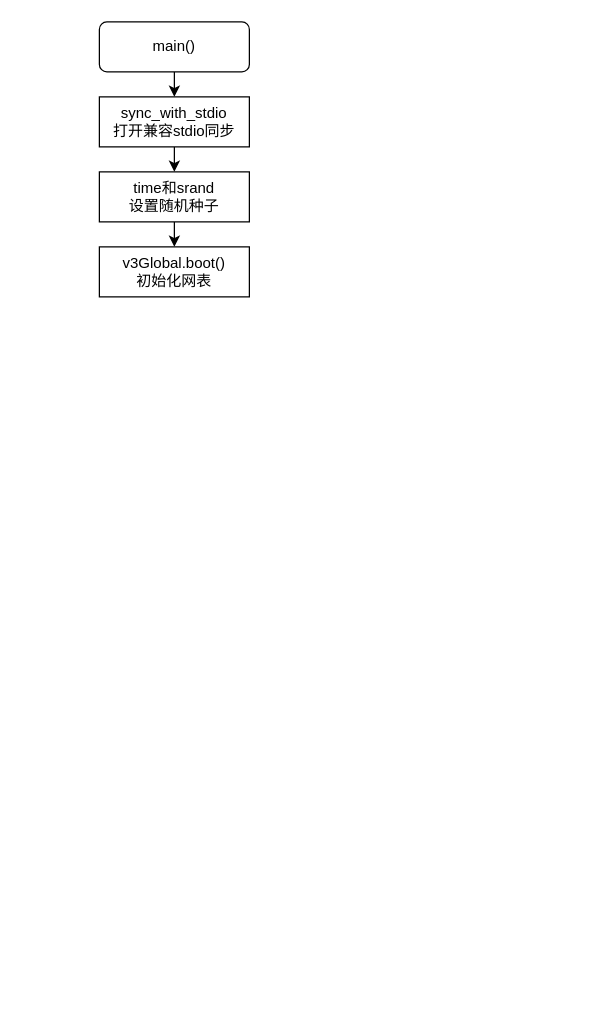
The draw.io diagram main().drawio in Dercury/CLDK, before the edit. Source tidied: cells renumbered, new cells numbered last; positions are measured from the earlier drawing's top-left corner, leaving out a move shared by most shapes. Both pictures are drawn from the tidied source at 125%, with x=0, y=0 at pixel (99, 21).
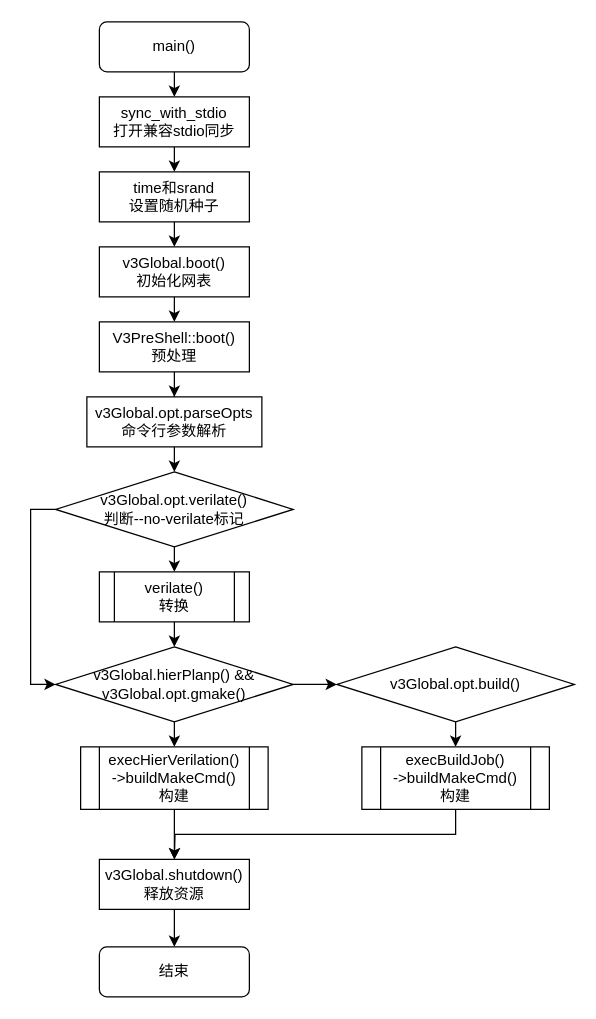
The same diagram, later.

Unchanged cells that the change refers to:
```xml
<mxCell id="8" value="v3Global.boot()&lt;br&gt;初始化网表" style="rounded=0;whiteSpace=wrap;html=1;" parent="1" vertex="1">
  <mxGeometry y="180" width="120" height="40" as="geometry" />
</mxCell>
```

Change to the diagram source:
```diff
@@
+    <mxCell id="9" style="edgeStyle=orthogonalEdgeStyle;rounded=0;jettySize=auto;html=1;exitX=0.5;exitY=1;exitDx=0;exitDy=0;entryX=0.5;entryY=0;entryDx=0;entryDy=0;" parent="1" edge="1" source="8" target="11">
+      <mxGeometry relative="1" as="geometry" />
+    </mxCell>
@@
+    <mxCell id="10" style="edgeStyle=orthogonalEdgeStyle;rounded=0;jettySize=auto;html=1;exitX=0.5;exitY=1;exitDx=0;exitDy=0;" parent="1" edge="1" source="11" target="13">
+      <mxGeometry relative="1" as="geometry" />
+    </mxCell>
+    <mxCell id="11" value="V3PreShell::boot()&lt;br&gt;预处理" style="rounded=0;whiteSpace=wrap;html=1;" parent="1" vertex="1">
+      <mxGeometry y="240" width="120" height="40" as="geometry" />
+    </mxCell>
+    <mxCell id="12" style="edgeStyle=orthogonalEdgeStyle;rounded=0;jettySize=auto;html=1;exitX=0.5;exitY=1;exitDx=0;exitDy=0;entryX=0.5;entryY=0;entryDx=0;entryDy=0;" parent="1" edge="1" source="13" target="16">
+      <mxGeometry relative="1" as="geometry" />
+    </mxCell>
+    <mxCell id="13" value="v3Global.opt.parseOpts&lt;br&gt;命令行参数解析" style="rounded=0;whiteSpace=wrap;html=1;" parent="1" vertex="1">
+      <mxGeometry x="-10" y="300" width="140" height="40" as="geometry" />
+    </mxCell>
+    <mxCell id="14" style="edgeStyle=orthogonalEdgeStyle;rounded=0;jettySize=auto;html=1;exitX=0.5;exitY=1;exitDx=0;exitDy=0;entryX=0.5;entryY=0;entryDx=0;entryDy=0;" parent="1" edge="1" source="16" target="18">
+      <mxGeometry relative="1" as="geometry" />
+    </mxCell>
+    <mxCell id="15" style="edgeStyle=orthogonalEdgeStyle;rounded=0;jettySize=auto;html=1;exitX=0;exitY=0.5;exitDx=0;exitDy=0;entryX=0;entryY=0.5;entryDx=0;entryDy=0;" parent="1" edge="1" source="16" target="23">
+      <mxGeometry relative="1" as="geometry" />
+    </mxCell>
+    <mxCell id="16" value="v3Global.opt.verilate()&lt;br&gt;判断--no-verilate标记" style="rhombus;whiteSpace=wrap;html=1;" parent="1" vertex="1">
+      <mxGeometry x="-35" y="360" width="190" height="60" as="geometry" />
+    </mxCell>
+    <mxCell id="17" style="edgeStyle=orthogonalEdgeStyle;rounded=0;jettySize=auto;html=1;exitX=0.5;exitY=1;exitDx=0;exitDy=0;entryX=0.5;entryY=0;entryDx=0;entryDy=0;" parent="1" edge="1" source="18" target="23">
+      <mxGeometry relative="1" as="geometry" />
+    </mxCell>
+    <mxCell id="18" value="verilate()&lt;br&gt;转换" style="shape=process;whiteSpace=wrap;html=1;backgroundOutline=1;" parent="1" vertex="1">
+      <mxGeometry y="440" width="120" height="40" as="geometry" />
+    </mxCell>
+    <mxCell id="19" style="edgeStyle=orthogonalEdgeStyle;rounded=0;jettySize=auto;html=1;exitX=0.5;exitY=1;exitDx=0;exitDy=0;" parent="1" edge="1" source="20" target="29">
+      <mxGeometry relative="1" as="geometry" />
+    </mxCell>
+    <mxCell id="20" value="execHierVerilation()&lt;br&gt;-&amp;gt;buildMakeCmd()&lt;br&gt;构建" style="shape=process;whiteSpace=wrap;html=1;backgroundOutline=1;" parent="1" vertex="1">
+      <mxGeometry x="-15" y="580" width="150" height="50" as="geometry" />
+    </mxCell>
+    <mxCell id="21" style="edgeStyle=orthogonalEdgeStyle;rounded=0;jettySize=auto;html=1;exitX=0.5;exitY=1;exitDx=0;exitDy=0;entryX=0.5;entryY=0;entryDx=0;entryDy=0;" parent="1" edge="1" source="23" target="20">
+      <mxGeometry relative="1" as="geometry" />
+    </mxCell>
+    <mxCell id="22" style="edgeStyle=orthogonalEdgeStyle;rounded=0;jettySize=auto;html=1;exitX=1;exitY=0.5;exitDx=0;exitDy=0;entryX=0;entryY=0.5;entryDx=0;entryDy=0;" parent="1" edge="1" source="23" target="27">
+      <mxGeometry relative="1" as="geometry" />
+    </mxCell>
+    <mxCell id="23" value="v3Global.hierPlanp() &amp;amp;&amp;amp; v3Global.opt.gmake()" style="rhombus;whiteSpace=wrap;html=1;" parent="1" vertex="1">
+      <mxGeometry x="-35" y="500" width="190" height="60" as="geometry" />
+    </mxCell>
+    <mxCell id="24" style="edgeStyle=orthogonalEdgeStyle;rounded=0;jettySize=auto;html=1;exitX=0.5;exitY=1;exitDx=0;exitDy=0;" parent="1" edge="1" source="25">
+      <mxGeometry relative="1" as="geometry">
+        <mxPoint x="60" y="670" as="targetPoint" />
+      </mxGeometry>
+    </mxCell>
+    <mxCell id="25" value="execBuildJob()&lt;br&gt;-&amp;gt;buildMakeCmd()&lt;br&gt;构建" style="shape=process;whiteSpace=wrap;html=1;backgroundOutline=1;" parent="1" vertex="1">
+      <mxGeometry x="210" y="580" width="150" height="50" as="geometry" />
+    </mxCell>
+    <mxCell id="26" style="edgeStyle=orthogonalEdgeStyle;rounded=0;jettySize=auto;html=1;exitX=0.5;exitY=1;exitDx=0;exitDy=0;entryX=0.5;entryY=0;entryDx=0;entryDy=0;" parent="1" edge="1" source="27" target="25">
+      <mxGeometry relative="1" as="geometry" />
+    </mxCell>
+    <mxCell id="27" value="v3Global.opt.build()" style="rhombus;whiteSpace=wrap;html=1;" parent="1" vertex="1">
+      <mxGeometry x="190" y="500" width="190" height="60" as="geometry" />
+    </mxCell>
+    <mxCell id="28" style="edgeStyle=orthogonalEdgeStyle;rounded=0;jettySize=auto;html=1;exitX=0.5;exitY=1;exitDx=0;exitDy=0;entryX=0.5;entryY=0;entryDx=0;entryDy=0;" parent="1" edge="1" source="29" target="30">
+      <mxGeometry relative="1" as="geometry" />
+    </mxCell>
+    <mxCell id="29" value="v3Global.shutdown()&lt;br&gt;释放资源" style="rounded=0;whiteSpace=wrap;html=1;" parent="1" vertex="1">
+      <mxGeometry y="670" width="120" height="40" as="geometry" />
+    </mxCell>
+    <mxCell id="30" value="结束" style="rounded=1;whiteSpace=wrap;html=1;" parent="1" vertex="1">
+      <mxGeometry y="740" width="120" height="40" as="geometry" />
+    </mxCell>
```
